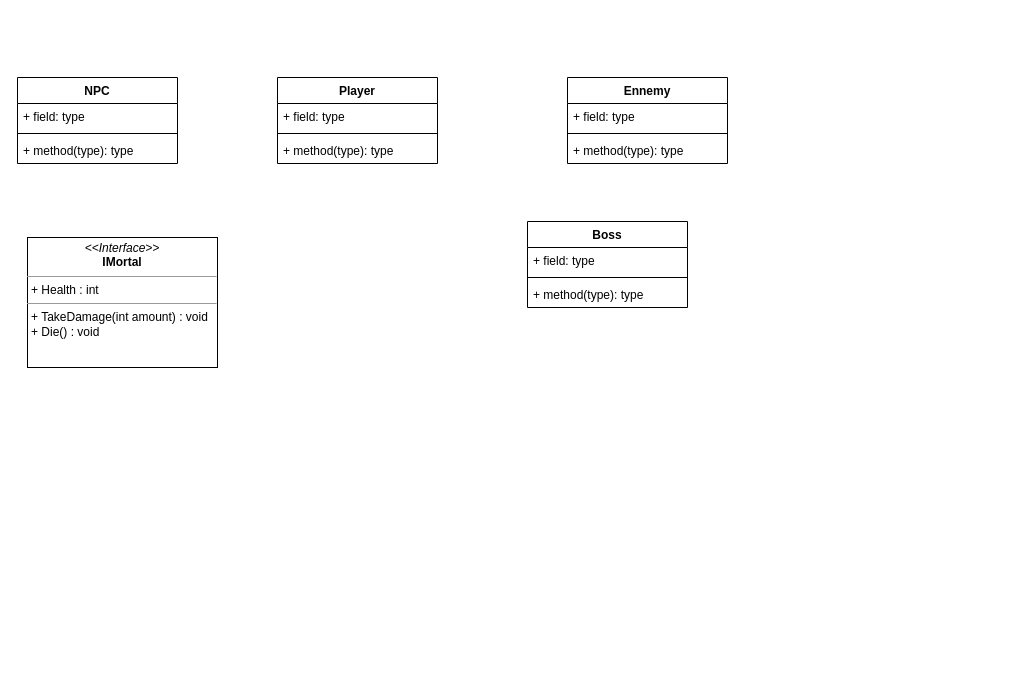
This is Resources/classdiagram.drawio from PaakuPakuu/RPG, a draw.io file, before an edit. Source tidied: cells renumbered, new cells numbered last; positions are measured from the earlier drawing's top-left corner, leaving out a move shared by most shapes. Both pictures are drawn from the tidied source at 100%, with x=0, y=0 at pixel (17, 77).
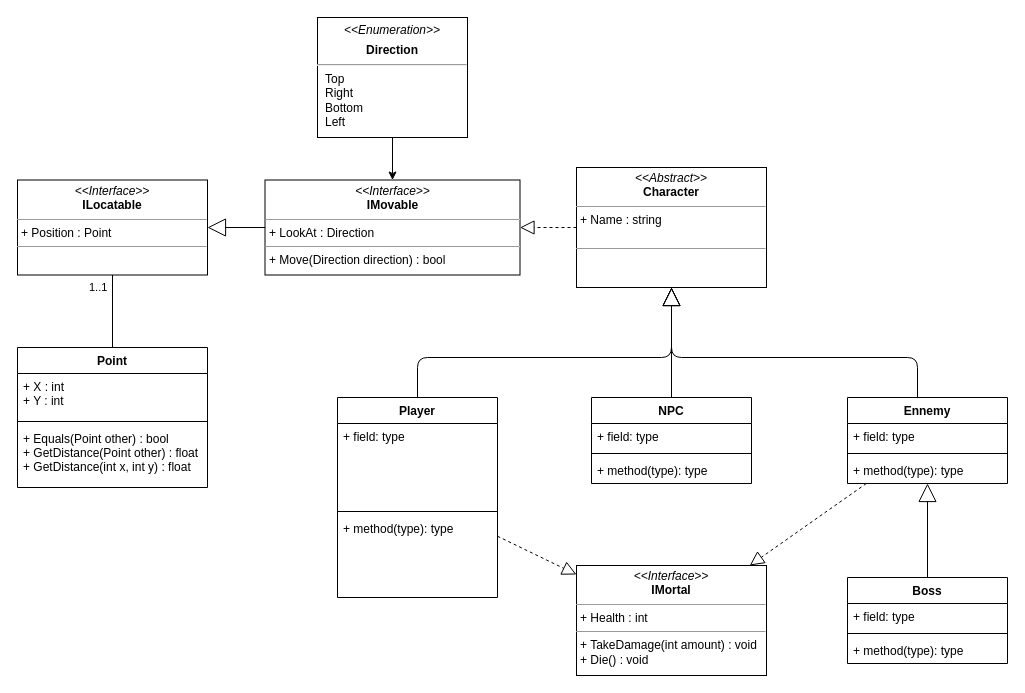
After the change.

Commit message:
Développement du diagramme

Diff of the diagram source:
```diff
@@
-    <mxCell id="2" value="Player" style="swimlane;fontStyle=1;align=center;verticalAlign=top;horizontal=1;startSize=26;" parent="1" vertex="1">
-      <mxGeometry x="260" width="160" height="86" as="geometry" />
+    <mxCell id="2" value="NPC" style="swimlane;fontStyle=1;align=center;verticalAlign=top;horizontal=1;startSize=26;" parent="1" vertex="1">
+      <mxGeometry x="574" y="320" width="160" height="86" as="geometry" />
     </mxCell>
@@
     <mxCell id="6" value="Ennemy" style="swimlane;fontStyle=1;align=center;verticalAlign=top;horizontal=1;startSize=26;" parent="1" vertex="1">
-      <mxGeometry x="550" width="160" height="86" as="geometry" />
+      <mxGeometry x="830" y="320" width="160" height="86" as="geometry" />
     </mxCell>
@@
-    <mxCell id="10" value="NPC" style="swimlane;fontStyle=1;align=center;verticalAlign=top;horizontal=1;startSize=26;" parent="1" vertex="1">
-      <mxGeometry width="160" height="86" as="geometry" />
+    <mxCell id="10" value="Player" style="swimlane;fontStyle=1;align=center;verticalAlign=top;horizontal=1;startSize=26;" parent="1" vertex="1">
+      <mxGeometry x="320" y="320" width="160" height="200" as="geometry" />
     </mxCell>
     <mxCell id="11" value="+ field: type" style="text;strokeColor=none;fillColor=none;align=left;verticalAlign=top;spacingLeft=4;spacingRight=4;overflow=hidden;" parent="10" vertex="1">
-      <mxGeometry y="26" width="160" height="26" as="geometry" />
+      <mxGeometry y="26" width="160" height="84" as="geometry" />
     </mxCell>
     <mxCell id="12" style="line;strokeWidth=1;fillColor=none;align=left;verticalAlign=middle;spacingTop=-1;spacingLeft=3;spacingRight=3;labelPosition=right;" parent="10" vertex="1">
-      <mxGeometry y="52" width="160" height="8" as="geometry" />
+      <mxGeometry y="110" width="160" height="8" as="geometry" />
     </mxCell>
     <mxCell id="13" value="+ method(type): type" style="text;strokeColor=none;fillColor=none;align=left;verticalAlign=top;spacingLeft=4;spacingRight=4;overflow=hidden;" parent="10" vertex="1">
-      <mxGeometry y="60" width="160" height="26" as="geometry" />
+      <mxGeometry y="118" width="160" height="82" as="geometry" />
     </mxCell>
     <mxCell id="14" value="&lt;p style=&quot;margin: 0px ; margin-top: 4px ; text-align: center&quot;&gt;&lt;i&gt;&amp;lt;&amp;lt;Interface&amp;gt;&amp;gt;&lt;/i&gt;&lt;br&gt;&lt;b&gt;IMortal&lt;/b&gt;&lt;/p&gt;&lt;hr size=&quot;1&quot;&gt;&lt;p style=&quot;margin: 0px ; margin-left: 4px&quot;&gt;+ Health : int&lt;br&gt;&lt;/p&gt;&lt;hr size=&quot;1&quot;&gt;&lt;p style=&quot;margin: 0px ; margin-left: 4px&quot;&gt;+ TakeDamage(int amount) : void&lt;br&gt;&lt;/p&gt;&lt;p style=&quot;margin: 0px ; margin-left: 4px&quot;&gt;+ Die() : void&lt;/p&gt;" style="verticalAlign=top;align=left;overflow=fill;fontSize=12;fontFamily=Helvetica;html=1;" parent="1" vertex="1">
-      <mxGeometry x="10" y="160" width="190" height="130" as="geometry" />
+      <mxGeometry x="559" y="488" width="190" height="110" as="geometry" />
     </mxCell>
     <mxCell id="15" value="Boss" style="swimlane;fontStyle=1;align=center;verticalAlign=top;horizontal=1;startSize=26;" parent="1" vertex="1">
-      <mxGeometry x="510" y="144" width="160" height="86" as="geometry" />
+      <mxGeometry x="830" y="500" width="160" height="86" as="geometry" />
     </mxCell>
@@
+    <mxCell id="19" value="&lt;p style=&quot;margin: 0px ; margin-top: 4px ; text-align: center&quot;&gt;&lt;i&gt;&amp;lt;&amp;lt;Abstract&amp;gt;&amp;gt;&lt;/i&gt;&lt;br&gt;&lt;b&gt;Character&lt;/b&gt;&lt;/p&gt;&lt;hr size=&quot;1&quot;&gt;&lt;p style=&quot;margin: 0px ; margin-left: 4px&quot;&gt;+ Name : string&lt;br&gt;&lt;/p&gt;&lt;p style=&quot;margin: 0px ; margin-left: 4px&quot;&gt;&lt;br&gt;&lt;/p&gt;&lt;hr size=&quot;1&quot;&gt;&lt;p style=&quot;margin: 0px ; margin-left: 4px&quot;&gt;&lt;br&gt;&lt;/p&gt;" style="verticalAlign=top;align=left;overflow=fill;fontSize=12;fontFamily=Helvetica;html=1;" parent="1" vertex="1">
+      <mxGeometry x="559" y="90" width="190" height="120" as="geometry" />
+    </mxCell>
+    <mxCell id="20" style="endArrow=block;endSize=16;endFill=0;html=1;edgeStyle=orthogonalEdgeStyle;" parent="1" edge="1" source="2" target="19">
+      <mxGeometry relative="1" as="geometry" />
+    </mxCell>
+    <mxCell id="21" style="endArrow=block;endSize=16;endFill=0;html=1;edgeStyle=orthogonalEdgeStyle;" parent="1" edge="1" source="6" target="19">
+      <mxGeometry relative="1" as="geometry">
+        <Array as="points">
+          <mxPoint x="900" y="280" />
+          <mxPoint x="654" y="280" />
+        </Array>
+      </mxGeometry>
+    </mxCell>
+    <mxCell id="22" style="endArrow=block;endSize=16;endFill=0;html=1;edgeStyle=orthogonalEdgeStyle;" parent="1" edge="1" source="10" target="19">
+      <mxGeometry relative="1" as="geometry">
+        <Array as="points">
+          <mxPoint x="400" y="280" />
+          <mxPoint x="654" y="280" />
+        </Array>
+      </mxGeometry>
+    </mxCell>
+    <mxCell id="23" style="endArrow=block;endSize=16;endFill=0;html=1;edgeStyle=orthogonalEdgeStyle;" parent="1" edge="1" source="15" target="6">
+      <mxGeometry relative="1" as="geometry" />
+    </mxCell>
+    <mxCell id="24" style="endArrow=block;dashed=1;endFill=0;endSize=12;html=1;" parent="1" edge="1" source="10" target="14">
+      <mxGeometry relative="1" as="geometry" />
+    </mxCell>
+    <mxCell id="25" style="endArrow=block;dashed=1;endFill=0;endSize=12;html=1;" parent="1" edge="1" source="6" target="14">
+      <mxGeometry relative="1" as="geometry" />
+    </mxCell>
+    <mxCell id="26" value="Point" style="swimlane;fontStyle=1;align=center;verticalAlign=top;horizontal=1;startSize=26;" parent="1" vertex="1">
+      <mxGeometry y="270" width="190" height="140" as="geometry" />
+    </mxCell>
+    <mxCell id="27" value="+ X : int&#10;+ Y : int" style="text;strokeColor=none;fillColor=none;align=left;verticalAlign=top;spacingLeft=4;spacingRight=4;overflow=hidden;" parent="26" vertex="1">
+      <mxGeometry y="26" width="190" height="44" as="geometry" />
+    </mxCell>
+    <mxCell id="28" style="line;strokeWidth=1;fillColor=none;align=left;verticalAlign=middle;spacingTop=-1;spacingLeft=3;spacingRight=3;labelPosition=right;" parent="26" vertex="1">
+      <mxGeometry y="70" width="190" height="8" as="geometry" />
+    </mxCell>
+    <mxCell id="29" value="+ Equals(Point other) : bool&#10;+ GetDistance(Point other) : float&#10;+ GetDistance(int x, int y) : float" style="text;strokeColor=none;fillColor=none;align=left;verticalAlign=top;spacingLeft=4;spacingRight=4;overflow=hidden;" parent="26" vertex="1">
+      <mxGeometry y="78" width="190" height="62" as="geometry" />
+    </mxCell>
+    <mxCell id="30" style="endArrow=none;html=1;edgeStyle=orthogonalEdgeStyle;" parent="1" edge="1" source="36" target="26">
+      <mxGeometry relative="1" as="geometry" />
+    </mxCell>
+    <mxCell id="31" value="1..1" style="edgeLabel;html=1;align=left;verticalAlign=bottom;" parent="30" vertex="1">
+      <mxGeometry x="-1" relative="1" as="geometry">
+        <mxPoint x="-25" y="20" as="offset" />
+      </mxGeometry>
+    </mxCell>
+    <mxCell id="32" value="&lt;p style=&quot;margin: 0px ; margin-top: 4px ; text-align: center&quot;&gt;&lt;i&gt;&amp;lt;&amp;lt;Interface&amp;gt;&amp;gt;&lt;/i&gt;&lt;br&gt;&lt;b&gt;IMovable&lt;/b&gt;&lt;/p&gt;&lt;hr size=&quot;1&quot;&gt;&lt;p style=&quot;margin: 0px ; margin-left: 4px&quot;&gt;+ LookAt : Direction&lt;/p&gt;&lt;hr size=&quot;1&quot;&gt;&lt;p style=&quot;margin: 0px ; margin-left: 4px&quot;&gt;+ Move(Direction direction) : bool&lt;br&gt;&lt;/p&gt;" style="verticalAlign=top;align=left;overflow=fill;fontSize=12;fontFamily=Helvetica;html=1;" parent="1" vertex="1">
+      <mxGeometry x="247.5" y="102.5" width="255" height="95" as="geometry" />
+    </mxCell>
+    <mxCell id="33" style="endArrow=block;dashed=1;endFill=0;endSize=12;html=1;edgeStyle=orthogonalEdgeStyle;" parent="1" edge="1" source="19" target="32">
+      <mxGeometry relative="1" as="geometry" />
+    </mxCell>
+    <mxCell id="34" style="edgeStyle=orthogonalEdgeStyle;jettySize=auto;html=1;" parent="1" edge="1" source="35" target="32">
+      <mxGeometry relative="1" as="geometry" />
+    </mxCell>
+    <mxCell id="35" value="&lt;p style=&quot;margin: 0px ; margin-top: 6px ; text-align: center&quot;&gt;&lt;i&gt;&amp;lt;&amp;lt;Enumeration&amp;gt;&amp;gt;&lt;/i&gt;&lt;br&gt;&lt;/p&gt;&lt;p style=&quot;margin: 0px ; margin-top: 6px ; text-align: center&quot;&gt;&lt;b&gt;Direction&lt;/b&gt;&lt;/p&gt;&lt;hr&gt;&lt;p style=&quot;margin: 0px ; margin-left: 8px&quot;&gt;Top&lt;/p&gt;&lt;p style=&quot;margin: 0px ; margin-left: 8px&quot;&gt;Right&lt;/p&gt;&lt;p style=&quot;margin: 0px ; margin-left: 8px&quot;&gt;Bottom&lt;/p&gt;&lt;p style=&quot;margin: 0px ; margin-left: 8px&quot;&gt;Left&lt;/p&gt;" style="align=left;overflow=fill;html=1;" parent="1" vertex="1">
+      <mxGeometry x="300" y="-60" width="150" height="120" as="geometry" />
+    </mxCell>
+    <mxCell id="36" value="&lt;p style=&quot;margin: 0px ; margin-top: 4px ; text-align: center&quot;&gt;&lt;i&gt;&amp;lt;&amp;lt;Interface&amp;gt;&amp;gt;&lt;/i&gt;&lt;br&gt;&lt;b&gt;ILocatable&lt;/b&gt;&lt;/p&gt;&lt;hr size=&quot;1&quot;&gt;&lt;p style=&quot;margin: 0px ; margin-left: 4px&quot;&gt;+ Position : Point&lt;/p&gt;&lt;hr size=&quot;1&quot;&gt;&lt;p style=&quot;margin: 0px ; margin-left: 4px&quot;&gt;&lt;br&gt;&lt;/p&gt;" style="verticalAlign=top;align=left;overflow=fill;fontSize=12;fontFamily=Helvetica;html=1;" parent="1" vertex="1">
+      <mxGeometry y="102.5" width="190" height="95" as="geometry" />
+    </mxCell>
+    <mxCell id="37" style="endArrow=block;endSize=16;endFill=0;html=1;edgeStyle=orthogonalEdgeStyle;" parent="1" edge="1" source="32" target="36">
+      <mxGeometry relative="1" as="geometry" />
+    </mxCell>
```
